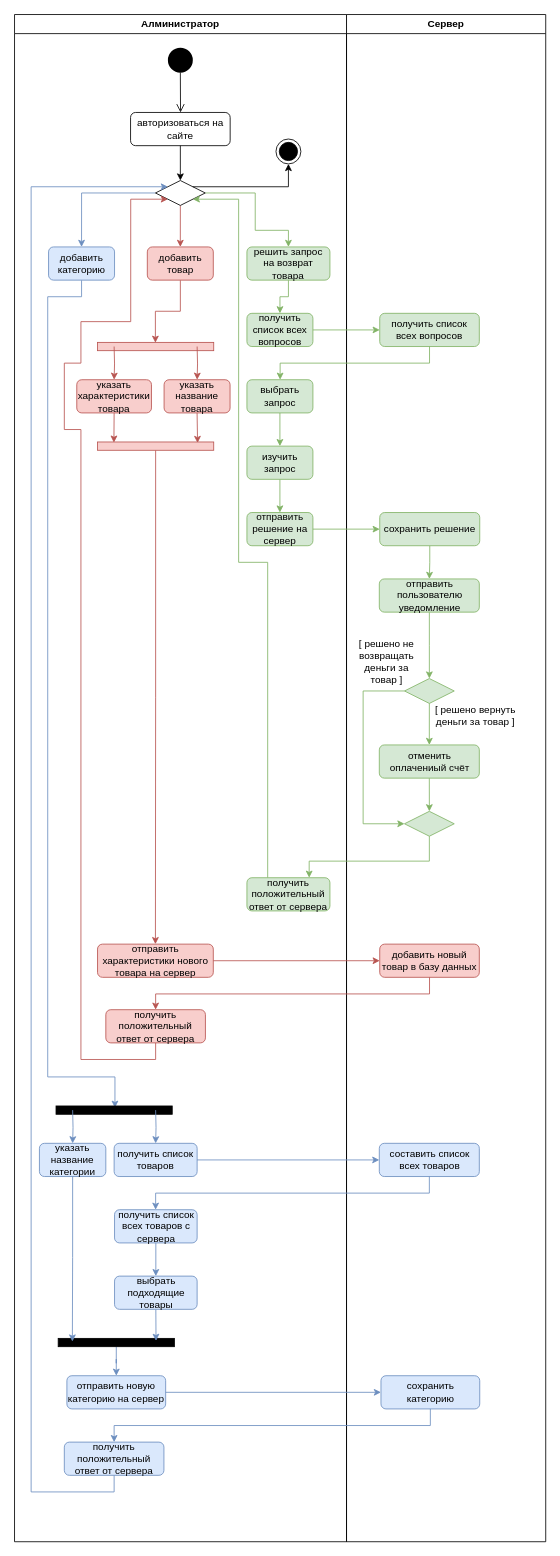
Before: activity_2.drawio in randomunrandom/MSS, a draw.io diagram. Source tidied: cells renumbered, new cells numbered last; positions are measured from the earlier drawing's top-left corner, leaving out a move shared by most shapes. Both pictures are drawn from the tidied source at 83%, with x=0, y=0 at pixel (14, 14).
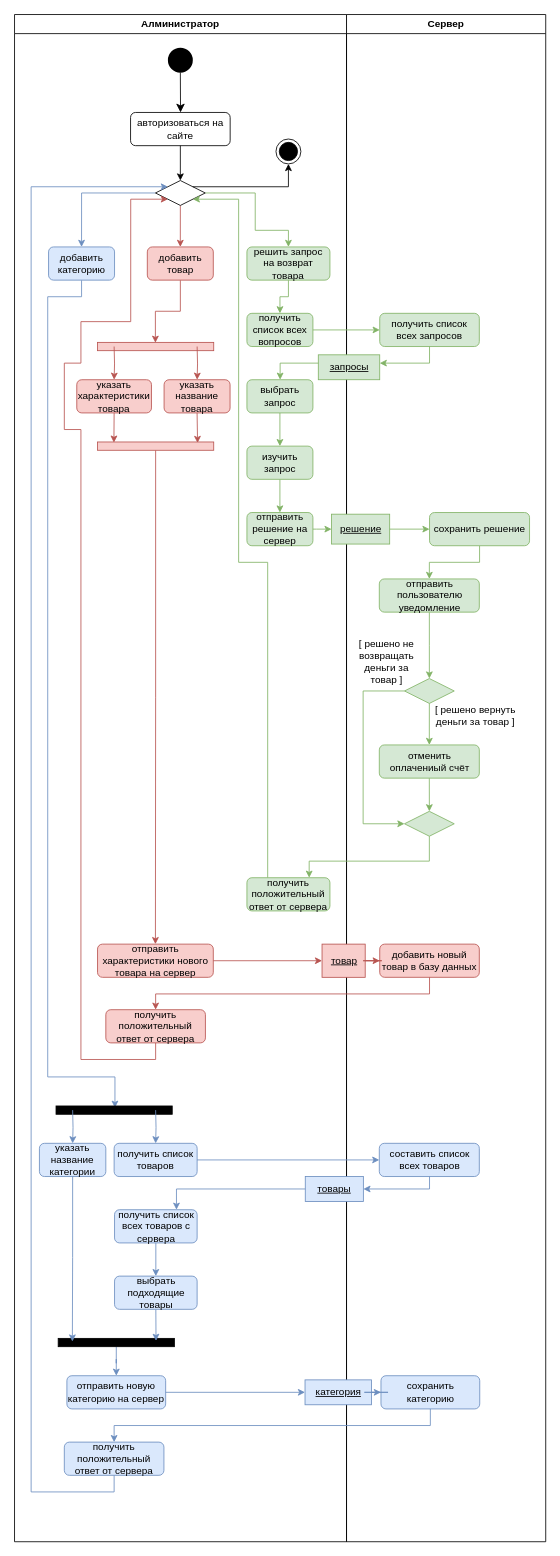
Above is the later version.

The change refers to these unchanged cells:
```xml
<mxCell id="2" value="Алминистратор" style="swimlane;whiteSpace=wrap;" parent="1" vertex="1">
  <mxGeometry width="400" height="1840" as="geometry" />
</mxCell>
<mxCell id="3" style="ellipse;shape=startState;fillColor=#000000;strokeColor=#000000;strokeWidth=8;" parent="2" vertex="1">
  <mxGeometry x="184.8" y="40" width="30" height="30" as="geometry" />
</mxCell>
<mxCell id="5" value="авторизоваться на сайте" style="rounded=1;whiteSpace=wrap;html=1;fontFamily=Helvetica;fontSize=12;fontColor=#000000;align=center;strokeColor=#000000;fillColor=#ffffff;" parent="2" vertex="1">
  <mxGeometry x="139.8" y="118" width="120" height="40" as="geometry" />
</mxCell>
<mxCell id="19" value="выбрать запрос" style="rounded=1;whiteSpace=wrap;html=1;fontFamily=Helvetica;fontSize=12;align=center;strokeColor=#82b366;fillColor=#d5e8d4;" parent="2" vertex="1">
  <mxGeometry x="280" y="440" width="79.5" height="40" as="geometry" />
</mxCell>
<mxCell id="22" value="отправить решение на сервер" style="rounded=1;whiteSpace=wrap;html=1;fontFamily=Helvetica;fontSize=12;align=center;strokeColor=#82b366;fillColor=#d5e8d4;" parent="2" vertex="1">
  <mxGeometry x="280" y="600" width="79.5" height="40" as="geometry" />
</mxCell>
<mxCell id="34" value="отправить характеристики нового товара на сервер" style="rounded=1;whiteSpace=wrap;html=1;fontFamily=Helvetica;fontSize=12;align=center;strokeColor=#b85450;fillColor=#f8cecc;" parent="2" vertex="1">
  <mxGeometry x="100" y="1120" width="139.5" height="40" as="geometry" />
</mxCell>
<mxCell id="48" value="отправить новую категорию на сервер" style="rounded=1;whiteSpace=wrap;html=1;fontFamily=Helvetica;fontSize=12;align=center;strokeColor=#6c8ebf;fillColor=#dae8fc;" parent="2" vertex="1">
  <mxGeometry x="63.1" y="1640" width="119" height="40" as="geometry" />
</mxCell>
<mxCell id="51" value="получить список всех товаров с сервера" style="rounded=1;whiteSpace=wrap;html=1;fontFamily=Helvetica;fontSize=12;align=center;strokeColor=#6c8ebf;fillColor=#dae8fc;" parent="2" vertex="1">
  <mxGeometry x="120.5" y="1440" width="99.5" height="40" as="geometry" />
</mxCell>
<mxCell id="54" value="Сервер" style="swimlane;whiteSpace=wrap;" parent="1" vertex="1">
  <mxGeometry x="400" width="240" height="1840" as="geometry" />
</mxCell>
<mxCell id="69" value="добавить новый товар в базу данных" style="rounded=1;whiteSpace=wrap;html=1;fontFamily=Helvetica;fontSize=12;align=center;strokeColor=#b85450;fillColor=#f8cecc;" parent="54" vertex="1">
  <mxGeometry x="40" y="1120" width="120" height="40" as="geometry" />
</mxCell>
<mxCell id="70" value="сохранить категорию" style="rounded=1;whiteSpace=wrap;html=1;fontFamily=Helvetica;fontSize=12;align=center;strokeColor=#6c8ebf;fillColor=#dae8fc;" parent="54" vertex="1">
  <mxGeometry x="41.5" y="1640" width="119" height="40" as="geometry" />
</mxCell>
<mxCell id="71" value="составить список всех товаров" style="rounded=1;whiteSpace=wrap;html=1;fontFamily=Helvetica;fontSize=12;align=center;strokeColor=#6c8ebf;fillColor=#dae8fc;" parent="54" vertex="1">
  <mxGeometry x="39.5" y="1360" width="120.5" height="40" as="geometry" />
</mxCell>
```

Diff of the diagram source:
```diff
@@
-    <mxCell id="4" style="edgeStyle=elbowEdgeStyle;elbow=horizontal;verticalAlign=bottom;endArrow=open;endSize=8;strokeColor=#000000;endFill=1;rounded=0;exitX=0.5;exitY=1;exitDx=0;exitDy=0;entryX=0.5;entryY=0;entryDx=0;entryDy=0;" parent="2" edge="1" source="3" target="5">
+    <mxCell id="4" style="edgeStyle=elbowEdgeStyle;elbow=horizontal;verticalAlign=bottom;endArrow=classic;endSize=8;strokeColor=#000000;endFill=1;rounded=0;exitX=0.5;exitY=1;exitDx=0;exitDy=0;entryX=0.5;entryY=0;entryDx=0;entryDy=0;" parent="2" edge="1" source="3" target="5">
       <mxGeometry x="279.8" y="-72" as="geometry" />
     </mxCell>
@@
-    <mxCell id="55" value="получить список всех вопросов" style="rounded=1;whiteSpace=wrap;html=1;fontFamily=Helvetica;fontSize=12;align=center;strokeColor=#82b366;fillColor=#d5e8d4;" parent="54" vertex="1">
+    <mxCell id="55" value="получить список всех запросов" style="rounded=1;whiteSpace=wrap;html=1;fontFamily=Helvetica;fontSize=12;align=center;strokeColor=#82b366;fillColor=#d5e8d4;" parent="54" vertex="1">
       <mxGeometry x="40" y="360" width="120" height="40" as="geometry" />
     </mxCell>
@@
     <mxCell id="57" value="сохранить решение" style="rounded=1;whiteSpace=wrap;html=1;fontFamily=Helvetica;fontSize=12;align=center;strokeColor=#82b366;fillColor=#d5e8d4;" parent="54" vertex="1">
-      <mxGeometry x="40" y="600" width="120.5" height="40" as="geometry" />
+      <mxGeometry x="100" y="600" width="120.5" height="40" as="geometry" />
     </mxCell>
@@
+    <mxCell id="82" value="&lt;u&gt;запросы&lt;/u&gt;" style="html=1;fillColor=#d5e8d4;strokeColor=#82b366;" parent="54" vertex="1">
+      <mxGeometry x="-34" y="410" width="74" height="30" as="geometry" />
+    </mxCell>
+    <mxCell id="83" style="edgeStyle=orthogonalEdgeStyle;rounded=0;jettySize=auto;html=1;fillColor=#d5e8d4;strokeColor=#82b366;" parent="54" edge="1" source="55" target="82">
+      <mxGeometry relative="1" as="geometry">
+        <Array as="points">
+          <mxPoint x="100" y="420" />
+        </Array>
+      </mxGeometry>
+    </mxCell>
+    <mxCell id="84" value="&lt;u&gt;решение&lt;/u&gt;" style="html=1;fillColor=#d5e8d4;strokeColor=#82b366;" parent="54" vertex="1">
+      <mxGeometry x="-18" y="602" width="70" height="36" as="geometry" />
+    </mxCell>
+    <mxCell id="74" style="edgeStyle=orthogonalEdgeStyle;rounded=0;jettySize=auto;html=1;fillColor=#d5e8d4;strokeColor=#82b366;" parent="54" edge="1" source="84" target="57">
+      <mxGeometry relative="1" as="geometry" />
+    </mxCell>
+    <mxCell id="85" value="&lt;u&gt;товар&lt;/u&gt;" style="html=1;strokeColor=#b85450;fillColor=#f8cecc;" parent="54" vertex="1">
+      <mxGeometry x="-29.5" y="1120" width="52" height="40" as="geometry" />
+    </mxCell>
+    <mxCell id="76" style="edgeStyle=orthogonalEdgeStyle;rounded=0;jettySize=auto;html=1;fillColor=#f8cecc;strokeColor=#b85450;" parent="54" edge="1" source="85" target="69">
+      <mxGeometry relative="1" as="geometry" />
+    </mxCell>
+    <mxCell id="86" value="&lt;u&gt;категория&lt;/u&gt;" style="html=1;strokeColor=#6c8ebf;fillColor=#dae8fc;" parent="54" vertex="1">
+      <mxGeometry x="-50" y="1645" width="80" height="30" as="geometry" />
+    </mxCell>
+    <mxCell id="78" style="edgeStyle=orthogonalEdgeStyle;rounded=0;jettySize=auto;html=1;fillColor=#dae8fc;strokeColor=#6c8ebf;" parent="54" edge="1" source="86" target="70">
+      <mxGeometry relative="1" as="geometry" />
+    </mxCell>
@@
-    <mxCell id="73" style="edgeStyle=orthogonalEdgeStyle;rounded=0;jettySize=auto;html=1;fillColor=#d5e8d4;strokeColor=#82b366;" parent="1" edge="1" source="55" target="19">
+    <mxCell id="73" style="edgeStyle=orthogonalEdgeStyle;rounded=0;jettySize=auto;html=1;fillColor=#d5e8d4;strokeColor=#82b366;" parent="1" edge="1" source="82" target="19">
       <mxGeometry relative="1" as="geometry">
         <Array as="points">
-          <mxPoint x="500" y="420" />
           <mxPoint x="320" y="420" />
         </Array>
       </mxGeometry>
     </mxCell>
-    <mxCell id="74" style="edgeStyle=orthogonalEdgeStyle;rounded=0;jettySize=auto;html=1;fillColor=#d5e8d4;strokeColor=#82b366;" parent="1" edge="1" source="22" target="57">
-      <mxGeometry relative="1" as="geometry" />
-    </mxCell>
@@
-    <mxCell id="76" style="edgeStyle=orthogonalEdgeStyle;rounded=0;jettySize=auto;html=1;fillColor=#f8cecc;strokeColor=#b85450;" parent="1" edge="1" source="34" target="69">
-      <mxGeometry relative="1" as="geometry" />
-    </mxCell>
@@
-    <mxCell id="78" style="edgeStyle=orthogonalEdgeStyle;rounded=0;jettySize=auto;html=1;fillColor=#dae8fc;strokeColor=#6c8ebf;" parent="1" edge="1" source="48" target="70">
-      <mxGeometry relative="1" as="geometry" />
-    </mxCell>
@@
+    <mxCell id="87" style="edgeStyle=orthogonalEdgeStyle;rounded=0;jettySize=auto;html=1;fillColor=#d5e8d4;strokeColor=#82b366;entryX=0;entryY=0.5;entryDx=0;entryDy=0;" parent="1" edge="1" source="22" target="84">
+      <mxGeometry relative="1" as="geometry">
+        <Array as="points">
+          <mxPoint x="364" y="620" />
+        </Array>
+      </mxGeometry>
+    </mxCell>
+    <mxCell id="88" style="edgeStyle=orthogonalEdgeStyle;rounded=0;jettySize=auto;html=1;fillColor=#f8cecc;strokeColor=#b85450;exitX=1;exitY=0.5;exitDx=0;exitDy=0;" parent="1" edge="1" source="34" target="85">
+      <mxGeometry relative="1" as="geometry" />
+    </mxCell>
+    <mxCell id="89" value="&lt;u&gt;товары&lt;/u&gt;" style="html=1;strokeColor=#6c8ebf;fillColor=#dae8fc;" parent="1" vertex="1">
+      <mxGeometry x="350.3" y="1400" width="70" height="30" as="geometry" />
+    </mxCell>
+    <mxCell id="90" style="edgeStyle=orthogonalEdgeStyle;rounded=0;jettySize=auto;html=1;fillColor=#dae8fc;strokeColor=#6c8ebf;entryX=1;entryY=0.5;entryDx=0;entryDy=0;" parent="1" edge="1" target="89">
+      <mxGeometry relative="1" as="geometry">
+        <mxPoint x="500" y="1400" as="sourcePoint" />
+        <Array as="points">
+          <mxPoint x="500" y="1415" />
+        </Array>
+      </mxGeometry>
+    </mxCell>
-    <mxCell id="81" style="edgeStyle=orthogonalEdgeStyle;rounded=0;jettySize=auto;html=1;fillColor=#dae8fc;strokeColor=#6c8ebf;" parent="1" edge="1" source="71" target="51">
+    <mxCell id="81" style="edgeStyle=orthogonalEdgeStyle;rounded=0;jettySize=auto;html=1;fillColor=#dae8fc;strokeColor=#6c8ebf;exitX=0;exitY=0.5;exitDx=0;exitDy=0;entryX=0.75;entryY=0;entryDx=0;entryDy=0;" parent="1" edge="1" source="89" target="51">
       <mxGeometry relative="1" as="geometry">
         <Array as="points">
-          <mxPoint x="500" y="1420" />
-          <mxPoint x="170" y="1420" />
+          <mxPoint x="195" y="1415" />
         </Array>
       </mxGeometry>
     </mxCell>
+    <mxCell id="91" style="edgeStyle=orthogonalEdgeStyle;rounded=0;jettySize=auto;html=1;fillColor=#dae8fc;strokeColor=#6c8ebf;" parent="1" edge="1" source="48" target="86">
+      <mxGeometry relative="1" as="geometry" />
+    </mxCell>
```
